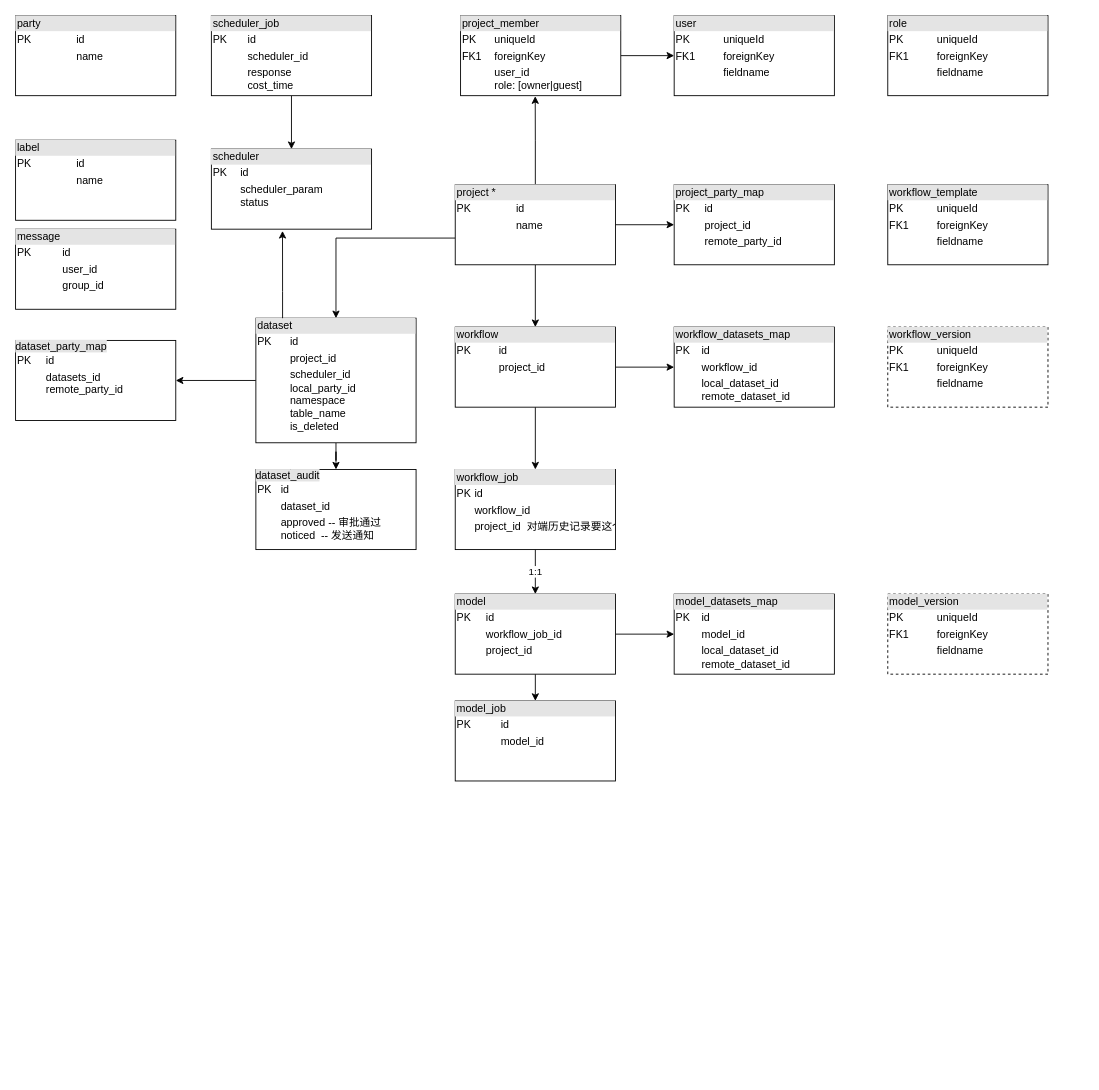
Before: Untitled Diagram.drawio in ChrisBamaofan/androidApp, a draw.io diagram. Source tidied: cells renumbered, new cells numbered last; positions are measured from the earlier drawing's top-left corner, leaving out a move shared by most shapes. Both pictures are drawn from the tidied source at 89%, with x=0, y=0 at pixel (15, 15).
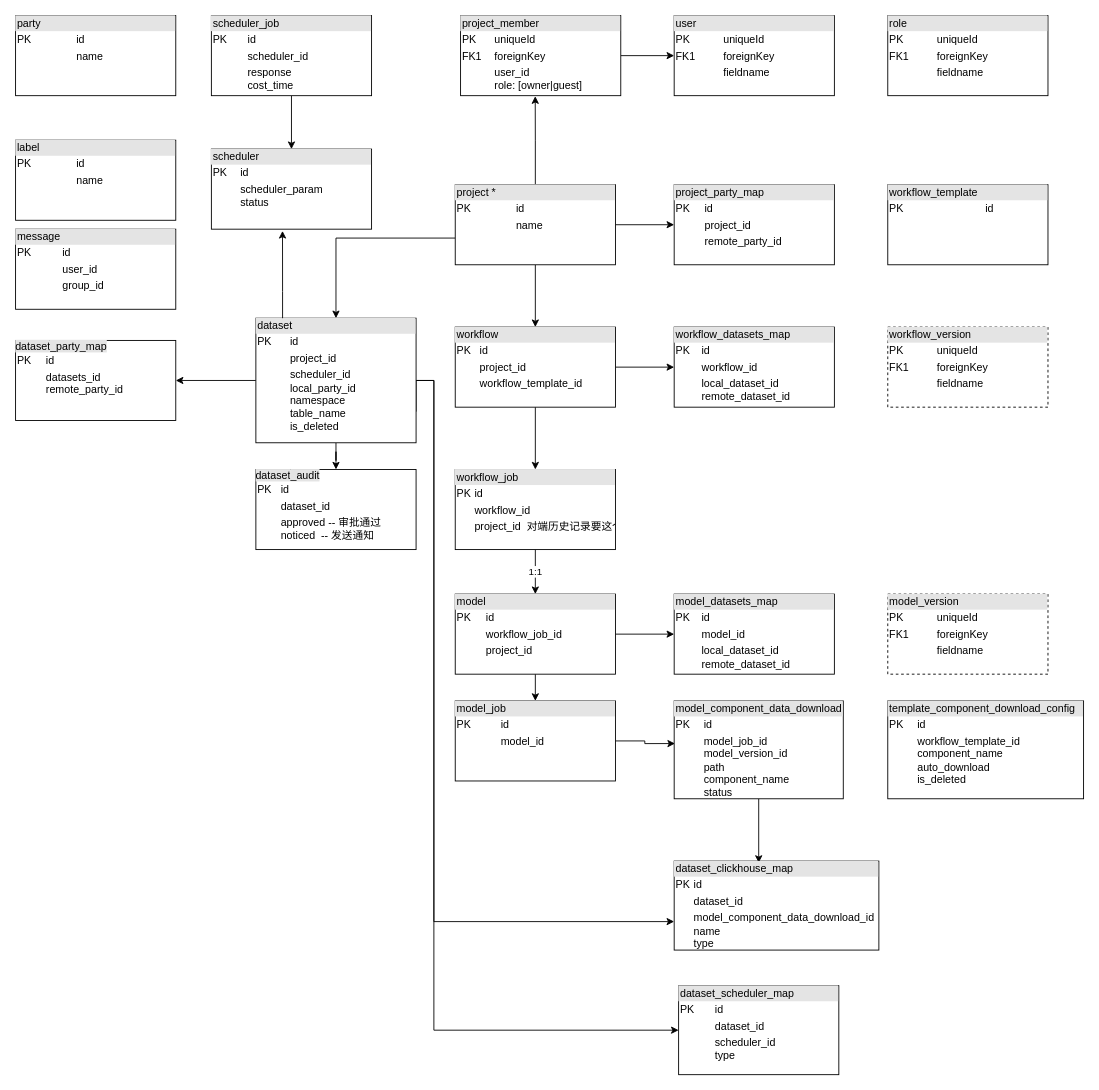
After the change.

Unchanged cells that the change refers to:
```xml
<mxCell id="9" value="&lt;div style=&quot;box-sizing: border-box ; width: 100% ; background: #e4e4e4 ; padding: 2px&quot;&gt;dataset&lt;/div&gt;&lt;table style=&quot;width: 100% ; font-size: 1em&quot; cellpadding=&quot;2&quot; cellspacing=&quot;0&quot;&gt;&lt;tbody&gt;&lt;tr&gt;&lt;td&gt;PK&lt;/td&gt;&lt;td&gt;id&lt;/td&gt;&lt;/tr&gt;&lt;tr&gt;&lt;td&gt;&lt;br&gt;&lt;/td&gt;&lt;td&gt;project_id&lt;/td&gt;&lt;/tr&gt;&lt;tr&gt;&lt;td&gt;&lt;/td&gt;&lt;td&gt;scheduler_id&lt;br&gt;local_party_id&lt;br&gt;namespace&lt;br&gt;table_name&lt;br&gt;is_deleted&lt;br&gt;&lt;br&gt;&lt;/td&gt;&lt;/tr&gt;&lt;/tbody&gt;&lt;/table&gt;" style="verticalAlign=top;align=left;overflow=fill;html=1;" parent="1" vertex="1">
  <mxGeometry x="270" y="340" width="180" height="140" as="geometry" />
</mxCell>
<mxCell id="19" value="&lt;div style=&quot;box-sizing: border-box ; width: 100% ; background: #e4e4e4 ; padding: 2px&quot;&gt;model_job&lt;/div&gt;&lt;table style=&quot;width: 100% ; font-size: 1em&quot; cellpadding=&quot;2&quot; cellspacing=&quot;0&quot;&gt;&lt;tbody&gt;&lt;tr&gt;&lt;td&gt;PK&lt;/td&gt;&lt;td&gt;id&lt;/td&gt;&lt;/tr&gt;&lt;tr&gt;&lt;td&gt;&lt;br&gt;&lt;/td&gt;&lt;td&gt;model_id&lt;/td&gt;&lt;/tr&gt;&lt;tr&gt;&lt;td&gt;&lt;/td&gt;&lt;td&gt;&lt;br&gt;&lt;/td&gt;&lt;/tr&gt;&lt;/tbody&gt;&lt;/table&gt;" style="verticalAlign=top;align=left;overflow=fill;html=1;" parent="1" vertex="1">
  <mxGeometry x="494" y="770" width="180" height="90" as="geometry" />
</mxCell>
```

What changed in the source:
```diff
@@
+    <mxCell id="38" style="edgeStyle=orthogonalEdgeStyle;rounded=0;jettySize=auto;html=1;entryX=0;entryY=0.68;entryDx=0;entryDy=0;entryPerimeter=0;" parent="1" edge="1" source="9" target="44">
+      <mxGeometry relative="1" as="geometry">
+        <Array as="points">
+          <mxPoint x="470" y="410" />
+          <mxPoint x="470" y="1018" />
+        </Array>
+      </mxGeometry>
+    </mxCell>
+    <mxCell id="39" style="edgeStyle=orthogonalEdgeStyle;rounded=0;jettySize=auto;html=1;exitX=1;exitY=0.75;exitDx=0;exitDy=0;entryX=0;entryY=0.5;entryDx=0;entryDy=0;" parent="1" edge="1" source="9" target="45">
+      <mxGeometry relative="1" as="geometry">
+        <Array as="points">
+          <mxPoint x="450" y="410" />
+          <mxPoint x="470" y="410" />
+          <mxPoint x="470" y="1140" />
+        </Array>
+      </mxGeometry>
+    </mxCell>
@@
-    <mxCell id="12" value="&lt;div style=&quot;box-sizing: border-box ; width: 100% ; background: #e4e4e4 ; padding: 2px&quot;&gt;workflow&lt;/div&gt;&lt;table style=&quot;width: 100% ; font-size: 1em&quot; cellpadding=&quot;2&quot; cellspacing=&quot;0&quot;&gt;&lt;tbody&gt;&lt;tr&gt;&lt;td&gt;PK&lt;/td&gt;&lt;td&gt;id&lt;/td&gt;&lt;/tr&gt;&lt;tr&gt;&lt;td&gt;&lt;br&gt;&lt;/td&gt;&lt;td&gt;project_id&lt;/td&gt;&lt;/tr&gt;&lt;tr&gt;&lt;td&gt;&lt;/td&gt;&lt;td&gt;&lt;br&gt;&lt;/td&gt;&lt;/tr&gt;&lt;/tbody&gt;&lt;/table&gt;" style="verticalAlign=top;align=left;overflow=fill;html=1;" parent="1" vertex="1">
+    <mxCell id="12" value="&lt;div style=&quot;box-sizing: border-box ; width: 100% ; background: #e4e4e4 ; padding: 2px&quot;&gt;workflow&lt;/div&gt;&lt;table style=&quot;width: 100% ; font-size: 1em&quot; cellpadding=&quot;2&quot; cellspacing=&quot;0&quot;&gt;&lt;tbody&gt;&lt;tr&gt;&lt;td&gt;PK&lt;/td&gt;&lt;td&gt;id&lt;/td&gt;&lt;/tr&gt;&lt;tr&gt;&lt;td&gt;&lt;br&gt;&lt;/td&gt;&lt;td&gt;project_id&lt;/td&gt;&lt;/tr&gt;&lt;tr&gt;&lt;td&gt;&lt;/td&gt;&lt;td&gt;workflow_template_id&lt;/td&gt;&lt;/tr&gt;&lt;/tbody&gt;&lt;/table&gt;" style="verticalAlign=top;align=left;overflow=fill;html=1;" parent="1" vertex="1">
       <mxGeometry x="494" y="350" width="180" height="90" as="geometry" />
     </mxCell>
@@
+    <mxCell id="40" style="edgeStyle=orthogonalEdgeStyle;rounded=0;jettySize=auto;html=1;exitX=1;exitY=0.5;exitDx=0;exitDy=0;entryX=0.005;entryY=0.436;entryDx=0;entryDy=0;entryPerimeter=0;" parent="1" edge="1" source="19" target="42">
+      <mxGeometry relative="1" as="geometry" />
+    </mxCell>
@@
-    <mxCell id="25" value="&lt;div style=&quot;box-sizing: border-box ; width: 100% ; background: #e4e4e4 ; padding: 2px&quot;&gt;workflow_template&lt;/div&gt;&lt;table style=&quot;width: 100% ; font-size: 1em&quot; cellpadding=&quot;2&quot; cellspacing=&quot;0&quot;&gt;&lt;tbody&gt;&lt;tr&gt;&lt;td&gt;PK&lt;/td&gt;&lt;td&gt;uniqueId&lt;/td&gt;&lt;/tr&gt;&lt;tr&gt;&lt;td&gt;FK1&lt;/td&gt;&lt;td&gt;foreignKey&lt;/td&gt;&lt;/tr&gt;&lt;tr&gt;&lt;td&gt;&lt;/td&gt;&lt;td&gt;fieldname&lt;/td&gt;&lt;/tr&gt;&lt;/tbody&gt;&lt;/table&gt;" style="verticalAlign=top;align=left;overflow=fill;html=1;" parent="1" vertex="1">
+    <mxCell id="25" value="&lt;div style=&quot;box-sizing: border-box ; width: 100% ; background: #e4e4e4 ; padding: 2px&quot;&gt;workflow_template&lt;/div&gt;&lt;table style=&quot;width: 100% ; font-size: 1em&quot; cellpadding=&quot;2&quot; cellspacing=&quot;0&quot;&gt;&lt;tbody&gt;&lt;tr&gt;&lt;td&gt;PK&lt;/td&gt;&lt;td&gt;id&lt;/td&gt;&lt;/tr&gt;&lt;tr&gt;&lt;td&gt;&lt;br&gt;&lt;/td&gt;&lt;td&gt;&lt;br&gt;&lt;/td&gt;&lt;/tr&gt;&lt;tr&gt;&lt;td&gt;&lt;/td&gt;&lt;td&gt;&lt;br&gt;&lt;/td&gt;&lt;/tr&gt;&lt;/tbody&gt;&lt;/table&gt;" style="verticalAlign=top;align=left;overflow=fill;html=1;" parent="1" vertex="1">
       <mxGeometry x="980" y="190" width="180" height="90" as="geometry" />
     </mxCell>
@@
+    <mxCell id="41" style="edgeStyle=orthogonalEdgeStyle;rounded=0;jettySize=auto;html=1;entryX=0.413;entryY=0.02;entryDx=0;entryDy=0;entryPerimeter=0;" parent="1" edge="1" source="42" target="44">
+      <mxGeometry relative="1" as="geometry" />
+    </mxCell>
+    <mxCell id="42" value="&lt;div style=&quot;box-sizing: border-box ; width: 100% ; background: #e4e4e4 ; padding: 2px&quot;&gt;model_component_data_download&lt;/div&gt;&lt;table style=&quot;width: 100% ; font-size: 1em&quot; cellpadding=&quot;2&quot; cellspacing=&quot;0&quot;&gt;&lt;tbody&gt;&lt;tr&gt;&lt;td&gt;PK&lt;/td&gt;&lt;td&gt;id&lt;/td&gt;&lt;/tr&gt;&lt;tr&gt;&lt;td&gt;&lt;br&gt;&lt;/td&gt;&lt;td&gt;model_job_id&lt;br&gt;model_version_id&lt;br&gt;path&lt;br&gt;component_name&lt;br&gt;status&lt;br&gt;&lt;br&gt;&lt;/td&gt;&lt;/tr&gt;&lt;tr&gt;&lt;td&gt;&lt;/td&gt;&lt;td&gt;&lt;br&gt;&lt;/td&gt;&lt;/tr&gt;&lt;/tbody&gt;&lt;/table&gt;" style="verticalAlign=top;align=left;overflow=fill;html=1;" parent="1" vertex="1">
+      <mxGeometry x="740" y="770" width="190" height="110" as="geometry" />
+    </mxCell>
+    <mxCell id="43" value="&lt;div style=&quot;box-sizing: border-box ; width: 100% ; background: #e4e4e4 ; padding: 2px&quot;&gt;template_component_download_config&lt;/div&gt;&lt;table style=&quot;width: 100% ; font-size: 1em&quot; cellpadding=&quot;2&quot; cellspacing=&quot;0&quot;&gt;&lt;tbody&gt;&lt;tr&gt;&lt;td&gt;PK&lt;/td&gt;&lt;td&gt;id&lt;/td&gt;&lt;/tr&gt;&lt;tr&gt;&lt;td&gt;&lt;br&gt;&lt;/td&gt;&lt;td&gt;workflow_template_id&lt;br&gt;component_name&lt;br&gt;auto_download&lt;br&gt;is_deleted&lt;/td&gt;&lt;/tr&gt;&lt;tr&gt;&lt;td&gt;&lt;/td&gt;&lt;td&gt;&lt;br&gt;&lt;/td&gt;&lt;/tr&gt;&lt;/tbody&gt;&lt;/table&gt;" style="verticalAlign=top;align=left;overflow=fill;html=1;" parent="1" vertex="1">
+      <mxGeometry x="980" y="770" width="220" height="110" as="geometry" />
+    </mxCell>
+    <mxCell id="44" value="&lt;div style=&quot;box-sizing: border-box ; width: 100% ; background: #e4e4e4 ; padding: 2px&quot;&gt;dataset_clickhouse_map&lt;/div&gt;&lt;table style=&quot;width: 100% ; font-size: 1em&quot; cellpadding=&quot;2&quot; cellspacing=&quot;0&quot;&gt;&lt;tbody&gt;&lt;tr&gt;&lt;td&gt;PK&lt;/td&gt;&lt;td&gt;id&lt;br&gt;&lt;/td&gt;&lt;/tr&gt;&lt;tr&gt;&lt;td&gt;&lt;br&gt;&lt;/td&gt;&lt;td&gt;dataset_id&lt;/td&gt;&lt;/tr&gt;&lt;tr&gt;&lt;td&gt;&lt;/td&gt;&lt;td&gt;model_component_data_download_id&lt;br&gt;name&lt;br&gt;type&lt;br&gt;&lt;br&gt;&lt;/td&gt;&lt;/tr&gt;&lt;/tbody&gt;&lt;/table&gt;" style="verticalAlign=top;align=left;overflow=fill;html=1;" parent="1" vertex="1">
+      <mxGeometry x="740" y="950" width="230" height="100" as="geometry" />
+    </mxCell>
+    <mxCell id="45" value="&lt;div style=&quot;box-sizing: border-box ; width: 100% ; background: #e4e4e4 ; padding: 2px&quot;&gt;dataset_scheduler_map&lt;/div&gt;&lt;table style=&quot;width: 100% ; font-size: 1em&quot; cellpadding=&quot;2&quot; cellspacing=&quot;0&quot;&gt;&lt;tbody&gt;&lt;tr&gt;&lt;td&gt;PK&lt;/td&gt;&lt;td&gt;id&lt;br&gt;&lt;/td&gt;&lt;/tr&gt;&lt;tr&gt;&lt;td&gt;&lt;br&gt;&lt;/td&gt;&lt;td&gt;dataset_id&lt;/td&gt;&lt;/tr&gt;&lt;tr&gt;&lt;td&gt;&lt;/td&gt;&lt;td&gt;scheduler_id&lt;br&gt;type&lt;br&gt;&lt;br&gt;&lt;/td&gt;&lt;/tr&gt;&lt;/tbody&gt;&lt;/table&gt;" style="verticalAlign=top;align=left;overflow=fill;html=1;" parent="1" vertex="1">
+      <mxGeometry x="745" y="1090" width="180" height="100" as="geometry" />
+    </mxCell>
```
